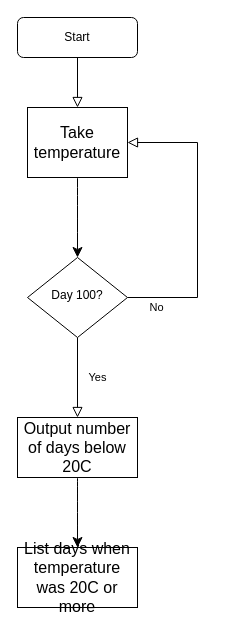
Hotdog-111/CompSci keeps this draw.io diagram as Temperatures.drawio. Above is the earlier version. Source tidied: cells renumbered, new cells numbered last; positions are measured from the earlier drawing's top-left corner, leaving out a move shared by most shapes. Both pictures are drawn from the tidied source at 100%, with x=0, y=0 at pixel (17, 17).
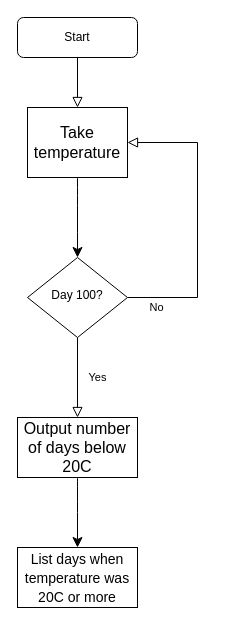
The same page after the edit.

Change to the diagram source:
```diff
@@
 <mxGraphModel>
   <root>
     <mxCell id="0" />
     <mxCell id="1" parent="0" />
     <mxCell id="2" style="rounded=0;html=1;jettySize=auto;fontSize=11;endArrow=block;endFill=0;endSize=8;strokeWidth=1;shadow=0;labelBackgroundColor=none;edgeStyle=orthogonalEdgeStyle;entryX=0.5;entryY=0;entryDx=0;entryDy=0;" parent="1" edge="1" source="3" target="7">
       <mxGeometry relative="1" as="geometry" />
     </mxCell>
     <mxCell id="3" value="Start" style="rounded=1;whiteSpace=wrap;html=1;fontSize=12;glass=0;strokeWidth=1;shadow=0;" parent="1" vertex="1">
       <mxGeometry width="120" height="40" as="geometry" />
     </mxCell>
     <mxCell id="4" value="Yes" style="rounded=0;html=1;jettySize=auto;fontSize=11;endArrow=block;endFill=0;endSize=8;strokeWidth=1;shadow=0;labelBackgroundColor=none;edgeStyle=orthogonalEdgeStyle;entryX=0.5;entryY=0;entryDx=0;entryDy=0;" parent="1" edge="1" source="6" target="9">
       <mxGeometry y="20" relative="1" as="geometry" />
     </mxCell>
     <mxCell id="5" value="No" style="edgeStyle=orthogonalEdgeStyle;rounded=0;html=1;jettySize=auto;fontSize=11;endArrow=block;endFill=0;endSize=8;strokeWidth=1;shadow=0;labelBackgroundColor=none;entryX=1;entryY=0.5;entryDx=0;entryDy=0;" parent="1" edge="1" source="6" target="7">
       <mxGeometry x="-0.8" y="-10" relative="1" as="geometry">
         <Array as="points">
           <mxPoint x="180" y="280" />
           <mxPoint x="180" y="125" />
         </Array>
       </mxGeometry>
     </mxCell>
     <mxCell id="6" value="Day 100?" style="rhombus;whiteSpace=wrap;html=1;shadow=0;fontFamily=Helvetica;fontSize=12;align=center;strokeWidth=1;spacing=6;spacingTop=-4;" parent="1" vertex="1">
       <mxGeometry x="10" y="240" width="100" height="80" as="geometry" />
     </mxCell>
     <mxCell id="7" value="Take temperature" style="rounded=0;whiteSpace=wrap;html=1;fontSize=16;" parent="1" vertex="1">
       <mxGeometry x="10" y="90" width="100" height="70" as="geometry" />
     </mxCell>
     <mxCell id="8" style="endArrow=classic;html=1;rounded=0;fontSize=12;startSize=8;endSize=8;curved=1;exitX=0.5;exitY=1;exitDx=0;exitDy=0;entryX=0.5;entryY=0;entryDx=0;entryDy=0;" parent="1" edge="1" source="7" target="6">
       <mxGeometry relative="1" as="geometry" />
     </mxCell>
     <mxCell id="9" value="Output number of days below 20C" style="rounded=0;whiteSpace=wrap;html=1;fontSize=16;" parent="1" vertex="1">
       <mxGeometry y="400" width="120" height="60" as="geometry" />
     </mxCell>
     <mxCell id="10" style="endArrow=classic;html=1;rounded=0;fontSize=12;startSize=8;endSize=8;curved=1;exitX=0.5;exitY=1;exitDx=0;exitDy=0;" parent="1" edge="1" source="9" target="11">
       <mxGeometry relative="1" as="geometry" />
     </mxCell>
-    <mxCell id="11" value="List days when temperature was 20C or more" style="rounded=0;whiteSpace=wrap;html=1;fontSize=16;" parent="1" vertex="1">
+    <mxCell id="11" value="&lt;font style=&quot;font-size: 14px;&quot;&gt;List days when temperature was 20C or more&lt;/font&gt;" style="rounded=0;whiteSpace=wrap;html=1;fontSize=16;" parent="1" vertex="1">
       <mxGeometry y="530" width="120" height="60" as="geometry" />
     </mxCell>
   </root>
 </mxGraphModel>
```
